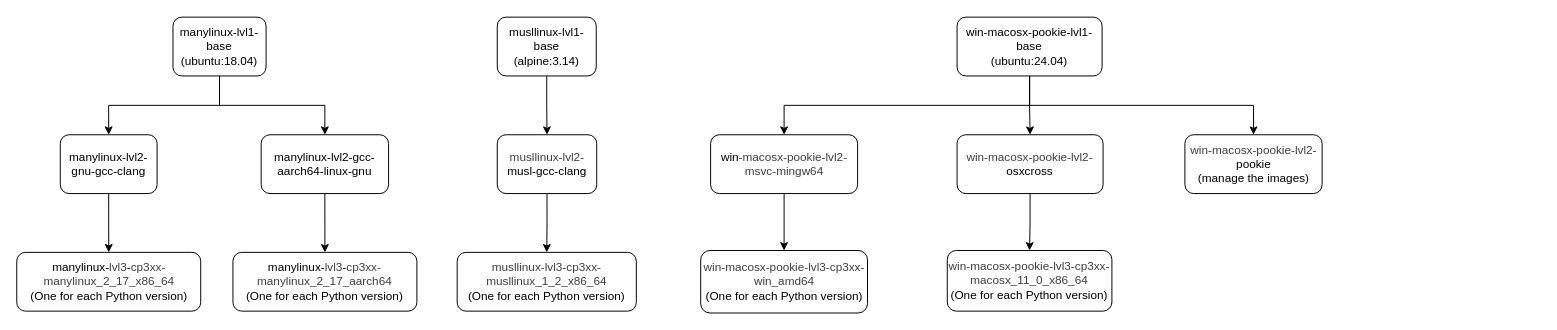
This is images/Docker_layer_graph.drawio from andreslilloortiz/pookie, a draw.io file, before an edit. Source tidied: cells renumbered, new cells numbered last; positions are measured from the earlier drawing's top-left corner, leaving out a move shared by most shapes. Both pictures are drawn from the tidied source at 98%, with x=0, y=0 at pixel (17, 17).
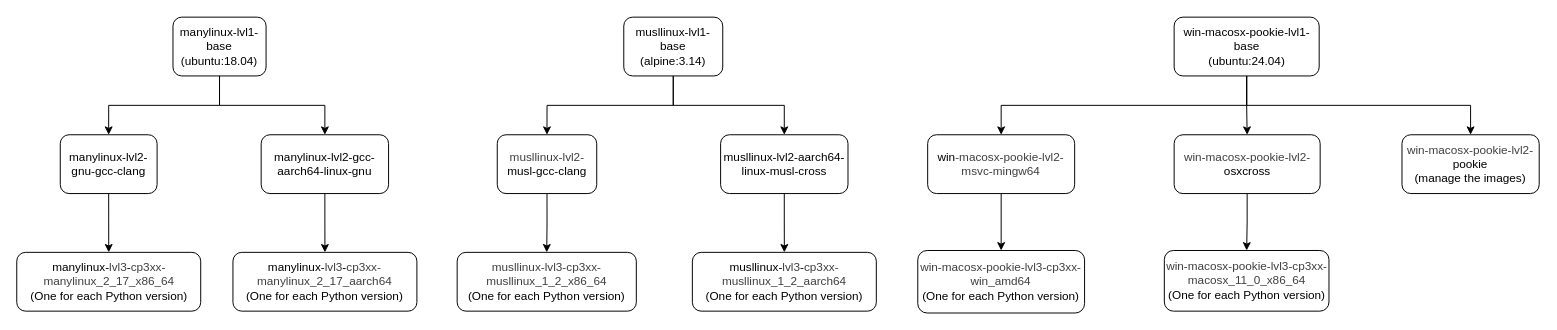
After the change.

Commit message (it also covers changes not shown here):
Target musl aarch64

The edit, as a diff of the source:
```diff
@@
     <mxCell id="8" value="&lt;font&gt;musllinux-lvl1-base&lt;br&gt;(alpine:3.14)&lt;/font&gt;" style="rounded=1;whiteSpace=wrap;html=1;" parent="1" vertex="1">
-      <mxGeometry x="489.9" width="101" height="60" as="geometry" />
+      <mxGeometry x="619" width="101" height="60" as="geometry" />
     </mxCell>
@@
     <mxCell id="15" value="&lt;div&gt;&lt;font&gt;win-macosx-pookie-lvl1-base&lt;/font&gt;&lt;/div&gt;&lt;font&gt;(ubuntu:24.04)&lt;/font&gt;" style="rounded=1;whiteSpace=wrap;html=1;" parent="1" vertex="1">
-      <mxGeometry x="959.1" width="148" height="60" as="geometry" />
+      <mxGeometry x="1180.6" width="148" height="60" as="geometry" />
     </mxCell>
     <mxCell id="16" value="&lt;font&gt;&lt;span style=&quot;color: rgb(63, 63, 63);&quot;&gt;win-macosx-pookie-lvl2-&lt;/span&gt;pookie&lt;/font&gt;&lt;div&gt;&lt;font&gt;(manage the images)&lt;/font&gt;&lt;/div&gt;" style="rounded=1;whiteSpace=wrap;html=1;strokeColor=default;" parent="1" vertex="1">
-      <mxGeometry x="1191.6" y="120" width="140" height="60" as="geometry" />
+      <mxGeometry x="1413.1" y="120" width="140" height="60" as="geometry" />
     </mxCell>
@@
     <mxCell id="18" value="win&lt;span style=&quot;color: rgb(63, 63, 63);&quot;&gt;-macosx-pookie-lvl2-msvc-mingw64&lt;/span&gt;" style="rounded=1;whiteSpace=wrap;html=1;" parent="1" vertex="1">
-      <mxGeometry x="707.6" y="120" width="150" height="60" as="geometry" />
+      <mxGeometry x="929.1" y="120" width="150" height="60" as="geometry" />
     </mxCell>
     <mxCell id="19" value="&lt;div&gt;&lt;font&gt;&lt;span style=&quot;background-color: transparent; color: rgb(63, 63, 63);&quot;&gt;win-macosx-pookie&lt;/span&gt;&lt;span style=&quot;color: rgb(63, 63, 63);&quot;&gt;-&lt;/span&gt;&lt;span style=&quot;color: rgb(63, 63, 63);&quot;&gt;lvl3&lt;/span&gt;&lt;span style=&quot;color: rgb(63, 63, 63);&quot;&gt;-&lt;/span&gt;&lt;span style=&quot;color: rgb(63, 63, 63);&quot;&gt;cp3xx-win_amd64&lt;/span&gt;&lt;br&gt;(One for each Python version)&lt;/font&gt;&lt;/div&gt;" style="rounded=1;whiteSpace=wrap;html=1;" parent="1" vertex="1">
-      <mxGeometry x="697.5" y="238.1" width="170.2" height="63.8" as="geometry" />
+      <mxGeometry x="919" y="238.1" width="170.2" height="63.8" as="geometry" />
     </mxCell>
@@
     <mxCell id="21" value="&lt;font&gt;&lt;span style=&quot;color: rgb(63, 63, 63);&quot;&gt;win-macosx-pookie-lvl2-&lt;/span&gt;osxcross&lt;/font&gt;" style="rounded=1;whiteSpace=wrap;html=1;" parent="1" vertex="1">
-      <mxGeometry x="959.1" y="120" width="149" height="60" as="geometry" />
+      <mxGeometry x="1180.6" y="120" width="149" height="60" as="geometry" />
     </mxCell>
     <mxCell id="22" value="&lt;font&gt;&lt;span style=&quot;color: rgb(63, 63, 63);&quot;&gt;&lt;span style=&quot;color: rgb(63, 63, 63);&quot;&gt;win-macosx-pookie&lt;/span&gt;-&lt;/span&gt;&lt;span style=&quot;color: rgb(63, 63, 63);&quot;&gt;lvl3&lt;/span&gt;&lt;span style=&quot;color: rgb(63, 63, 63);&quot;&gt;-&lt;/span&gt;&lt;span style=&quot;color: rgb(63, 63, 63);&quot;&gt;cp3xx-macosx_11_0_x86_64&lt;/span&gt;&lt;br&gt;(One for each Python version)&lt;/font&gt;" style="rounded=1;whiteSpace=wrap;html=1;" parent="1" vertex="1">
-      <mxGeometry x="949.1" y="238.1" width="168" height="61.9" as="geometry" />
+      <mxGeometry x="1170.6" y="238.1" width="168" height="61.9" as="geometry" />
     </mxCell>
@@
+    <mxCell id="27" value="&lt;font&gt;musllinux-lvl2-aarch64-linux-musl-cross&lt;/font&gt;" style="rounded=1;whiteSpace=wrap;html=1;strokeColor=default;" parent="1" vertex="1">
+      <mxGeometry x="717.8" y="120" width="130" height="60" as="geometry" />
+    </mxCell>
+    <mxCell id="28" style="edgeStyle=orthogonalEdgeStyle;rounded=0;jettySize=auto;html=1;exitX=0.5;exitY=1;exitDx=0;exitDy=0;entryX=0.5;entryY=0;entryDx=0;entryDy=0;" parent="1" edge="1" source="8" target="27">
+      <mxGeometry relative="1" as="geometry" />
+    </mxCell>
+    <mxCell id="29" value="&lt;font&gt;musllinux-&lt;span style=&quot;color: rgb(63, 63, 63);&quot;&gt;lvl3&lt;/span&gt;-&lt;span style=&quot;color: rgb(63, 63, 63);&quot;&gt;cp3xx-musllinux_1_2_aarch64&lt;/span&gt;&lt;/font&gt;&lt;div&gt;&lt;font&gt;(One for each Python version)&lt;/font&gt;&lt;/div&gt;" style="rounded=1;whiteSpace=wrap;html=1;strokeColor=default;" parent="1" vertex="1">
+      <mxGeometry x="689" y="240" width="187.7" height="60" as="geometry" />
+    </mxCell>
+    <mxCell id="30" style="edgeStyle=orthogonalEdgeStyle;rounded=0;jettySize=auto;html=1;exitX=0.5;exitY=1;exitDx=0;exitDy=0;entryX=0.5;entryY=0;entryDx=0;entryDy=0;" parent="1" edge="1" source="27" target="29">
+      <mxGeometry relative="1" as="geometry" />
+    </mxCell>
```
